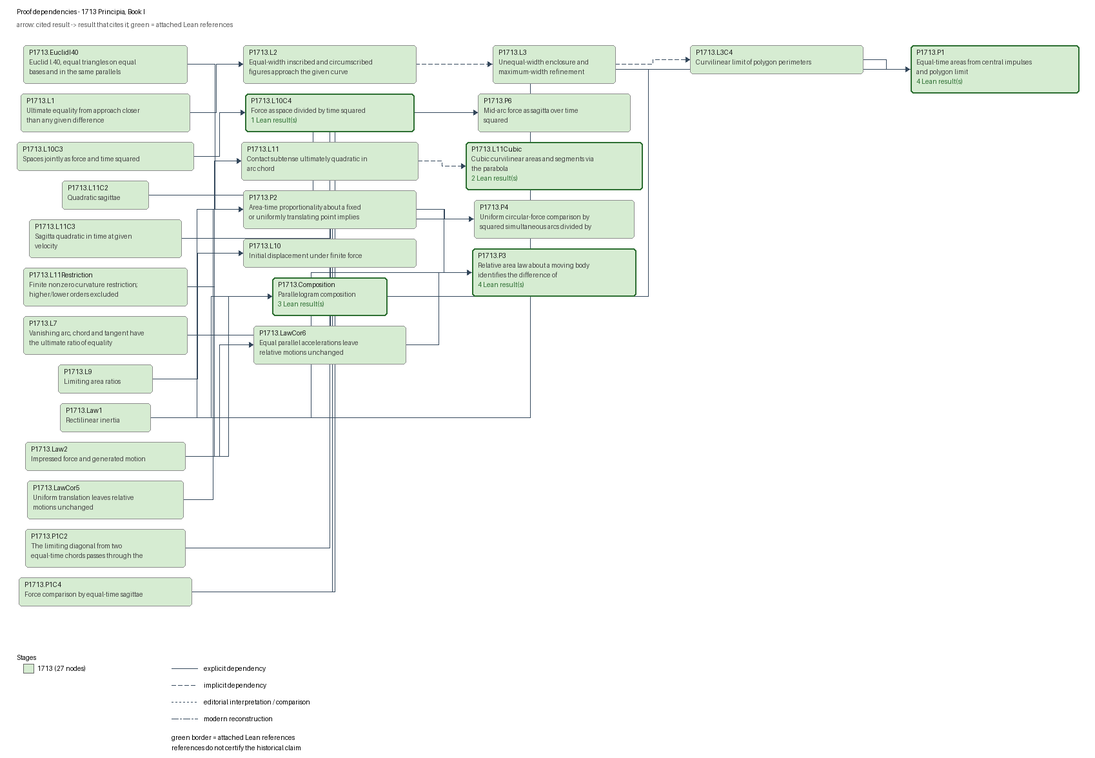
The Graphviz diagram docs/graphs/proof-1713.png in arivero/newtonlean, before a commit. Its source is kept beside it as docs/graphs/proof-1713.dot.
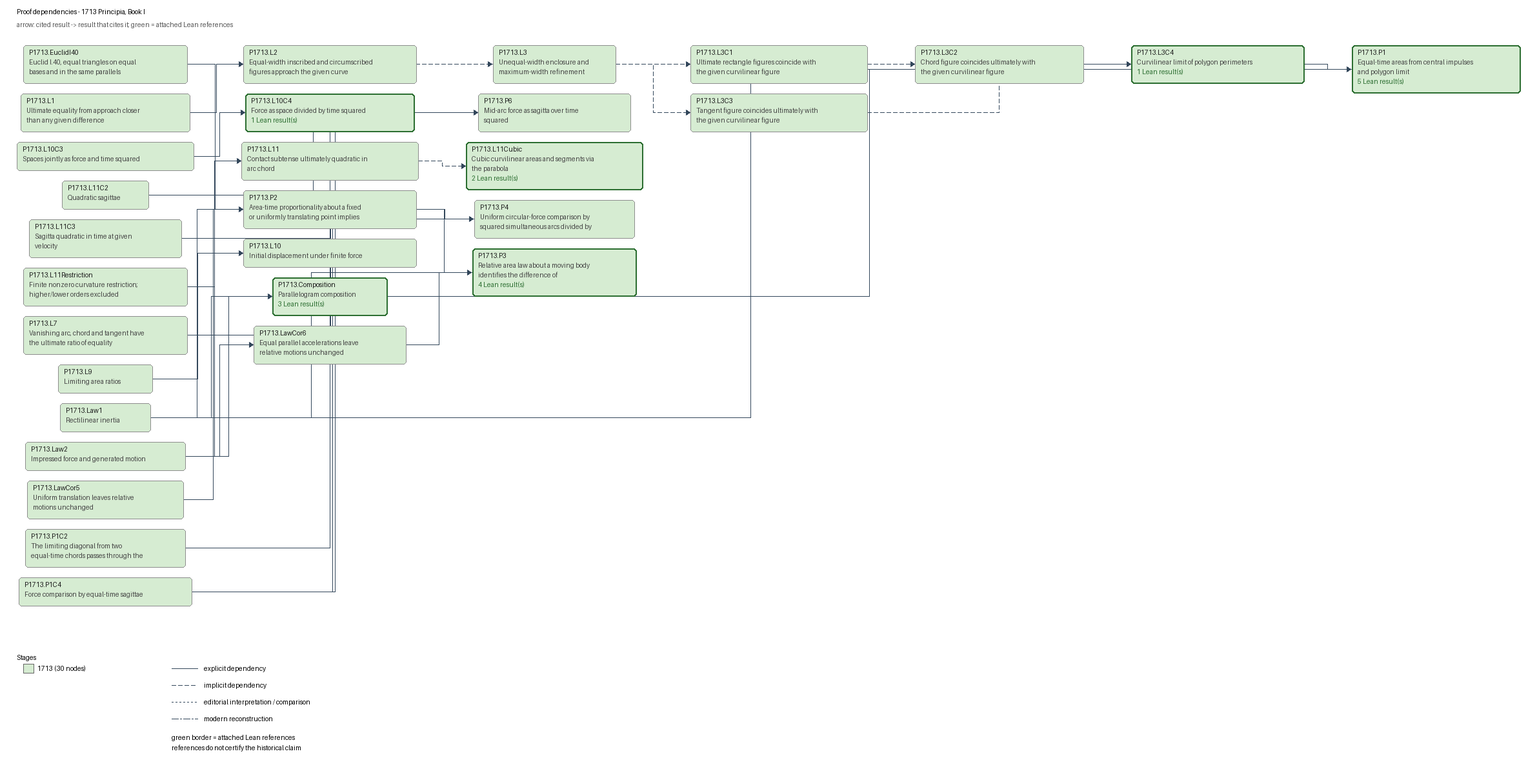
After the commit.

The edit, as a diff of the source:
```diff
@@ -14,14 +14,17 @@
   "P1713.L11Restriction" [label="P1713.L11Restriction\nFinite nonzero curvature restriction;\nhigher/lower orders excluded", fillcolor="#d6ecd2", color="#8d8d8d", penwidth=1];
   "P1713.L2" [label="P1713.L2\nEqual-width inscribed and circumscribed\nfigures approach the given curve", fillcolor="#d6ecd2", color="#8d8d8d", penwidth=1];
   "P1713.L3" [label="P1713.L3\nUnequal-width enclosure and\nmaximum-width refinement", fillcolor="#d6ecd2", color="#8d8d8d", penwidth=1];
-  "P1713.L3C4" [label="P1713.L3C4\nCurvilinear limit of polygon perimeters", fillcolor="#d6ecd2", color="#8d8d8d", penwidth=1];
+  "P1713.L3C1" [label="P1713.L3C1\nUltimate rectangle figures coincide with\nthe given curvilinear figure", fillcolor="#d6ecd2", color="#8d8d8d", penwidth=1];
+  "P1713.L3C2" [label="P1713.L3C2\nChord figure coincides ultimately with\nthe given curvilinear figure", fillcolor="#d6ecd2", color="#8d8d8d", penwidth=1];
+  "P1713.L3C3" [label="P1713.L3C3\nTangent figure coincides ultimately with\nthe given curvilinear figure", fillcolor="#d6ecd2", color="#8d8d8d", penwidth=1];
+  "P1713.L3C4" [label="P1713.L3C4\nCurvilinear limit of polygon perimeters\n1 Lean result(s)", fillcolor="#d6ecd2", color="#2c6e31", penwidth=2];
   "P1713.L7" [label="P1713.L7\nVanishing arc, chord and tangent have\nthe ultimate ratio of equality", fillcolor="#d6ecd2", color="#8d8d8d", penwidth=1];
   "P1713.L9" [label="P1713.L9\nLimiting area ratios", fillcolor="#d6ecd2", color="#8d8d8d", penwidth=1];
   "P1713.Law1" [label="P1713.Law1\nRectilinear inertia", fillcolor="#d6ecd2", color="#8d8d8d", penwidth=1];
   "P1713.Law2" [label="P1713.Law2\nImpressed force and generated motion", fillcolor="#d6ecd2", color="#8d8d8d", penwidth=1];
   "P1713.LawCor5" [label="P1713.LawCor5\nUniform translation leaves relative\nmotions unchanged", fillcolor="#d6ecd2", color="#8d8d8d", penwidth=1];
   "P1713.LawCor6" [label="P1713.LawCor6\nEqual parallel accelerations leave\nrelative motions unchanged", fillcolor="#d6ecd2", color="#8d8d8d", penwidth=1];
-  "P1713.P1" [label="P1713.P1\nEqual-time areas from central impulses\nand polygon limit\n4 Lean result(s)", fillcolor="#d6ecd2", color="#2c6e31", penwidth=2];
+  "P1713.P1" [label="P1713.P1\nEqual-time areas from central impulses\nand polygon limit\n5 Lean result(s)", fillcolor="#d6ecd2", color="#2c6e31", penwidth=2];
   "P1713.P1C2" [label="P1713.P1C2\nThe limiting diagonal from two\nequal-time chords passes through the", fillcolor="#d6ecd2", color="#8d8d8d", penwidth=1];
   "P1713.P1C4" [label="P1713.P1C4\nForce comparison by equal-time sagittae", fillcolor="#d6ecd2", color="#8d8d8d", penwidth=1];
   "P1713.P2" [label="P1713.P2\nArea-time proportionality about a fixed\nor uniformly translating point implies", fillcolor="#d6ecd2", color="#8d8d8d", penwidth=1];
@@ -56,4 +59,10 @@
   "P1713.L2" -> "P1713.L3" [style=dashed, label="proof dependency: implicit_dependency", fontsize=9];
   "P1713.Law2" -> "P1713.Composition" [style=solid, label="proof dependency: explicit_dependency", fontsize=9];
   "P1713.Law1" -> "P1713.Composition" [style=solid, label="proof dependency: explicit_dependency", fontsize=9];
+  "P1713.L3" -> "P1713.L3C1" [style=dashed, label="proof dependency: implicit_dependency", fontsize=9];
+  "P1713.L3C1" -> "P1713.L3C2" [style=dashed, label="proof dependency: implicit_dependency", fontsize=9];
+  "P1713.L3" -> "P1713.L3C3" [style=dashed, label="proof dependency: implicit_dependency", fontsize=9];
+  "P1713.L3C1" -> "P1713.L3C4" [style=dashed, label="proof dependency: implicit_dependency", fontsize=9];
+  "P1713.L3C2" -> "P1713.L3C4" [style=dashed, label="proof dependency: implicit_dependency", fontsize=9];
+  "P1713.L3C3" -> "P1713.L3C4" [style=dashed, label="proof dependency: implicit_dependency", fontsize=9];
 }
```
